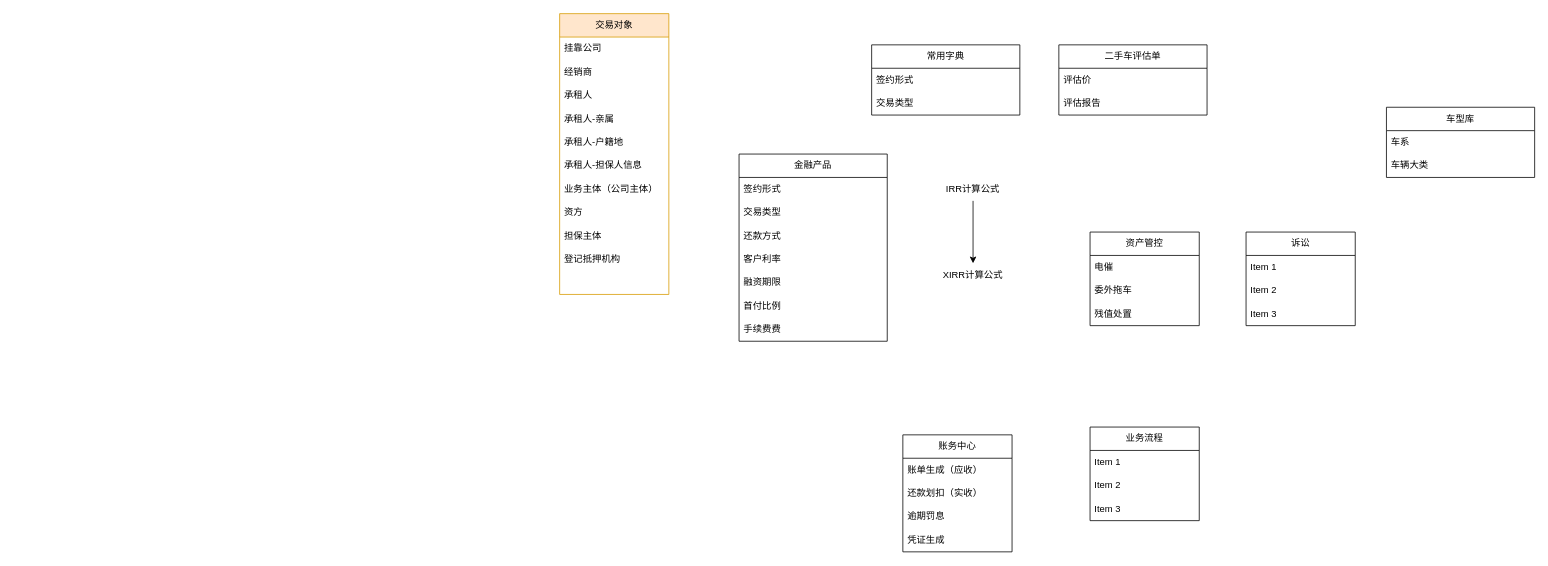
This is 融资租赁-domain划分.drawio from XiongZen/QJReconstitution, a draw.io file, before an edit. Source tidied: cells renumbered, new cells numbered last; positions are measured from the earlier drawing's top-left corner, leaving out a move shared by most shapes. Both pictures are drawn from the tidied source at 78%, with x=0, y=0 at pixel (559, 13).
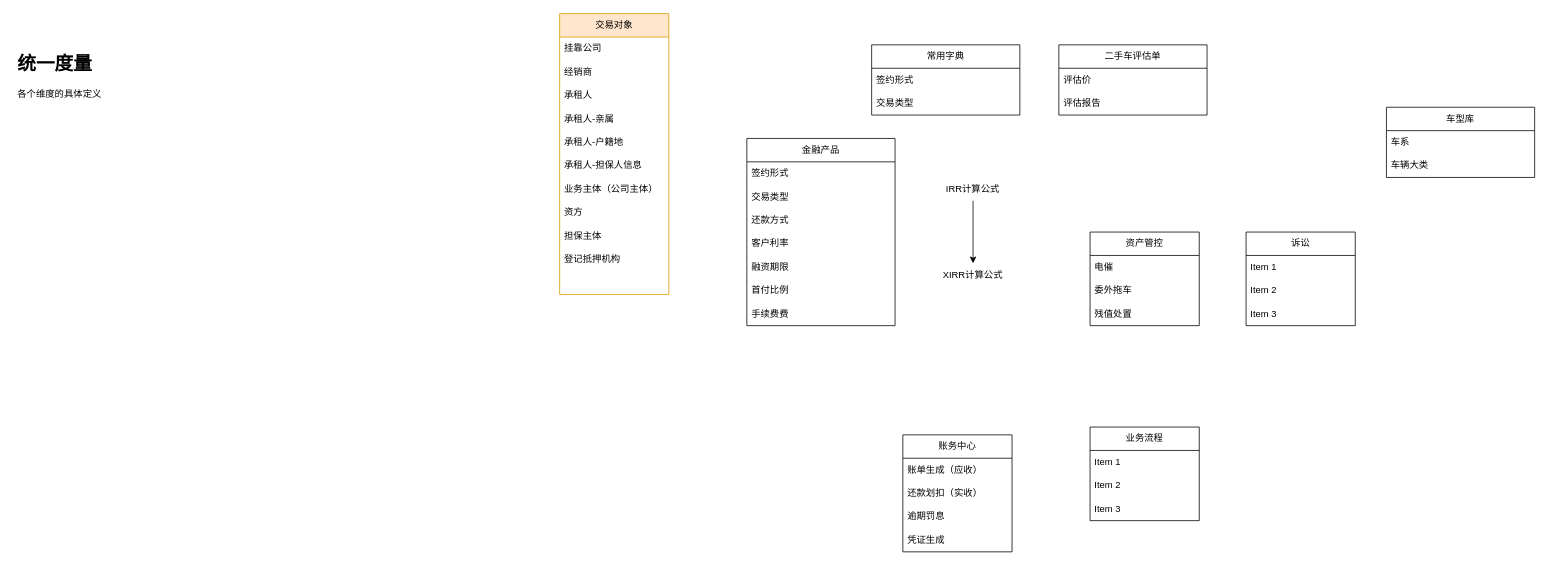
The same diagram, later.

Commit message:
更新融资租赁-domain划分.drawio

Change to the diagram source:
```diff
@@
     <mxCell id="40" value="金融产品" style="swimlane;fontStyle=0;horizontal=1;startSize=30;whiteSpace=wrap;html=1;" parent="1" vertex="1">
-      <mxGeometry x="230" y="180" width="190" height="240" as="geometry" />
+      <mxGeometry x="240" y="160" width="190" height="240" as="geometry" />
     </mxCell>
@@
+    <mxCell id="51" value="&lt;h1&gt;统一度量&lt;/h1&gt;&lt;p&gt;各个维度的具体定义&lt;/p&gt;" style="text;html=1;strokeColor=none;fillColor=none;spacing=5;spacingTop=-20;whiteSpace=wrap;overflow=hidden;rounded=0;" parent="1" vertex="1">
+      <mxGeometry x="-700" y="45" width="190" height="120" as="geometry" />
+    </mxCell>
```
